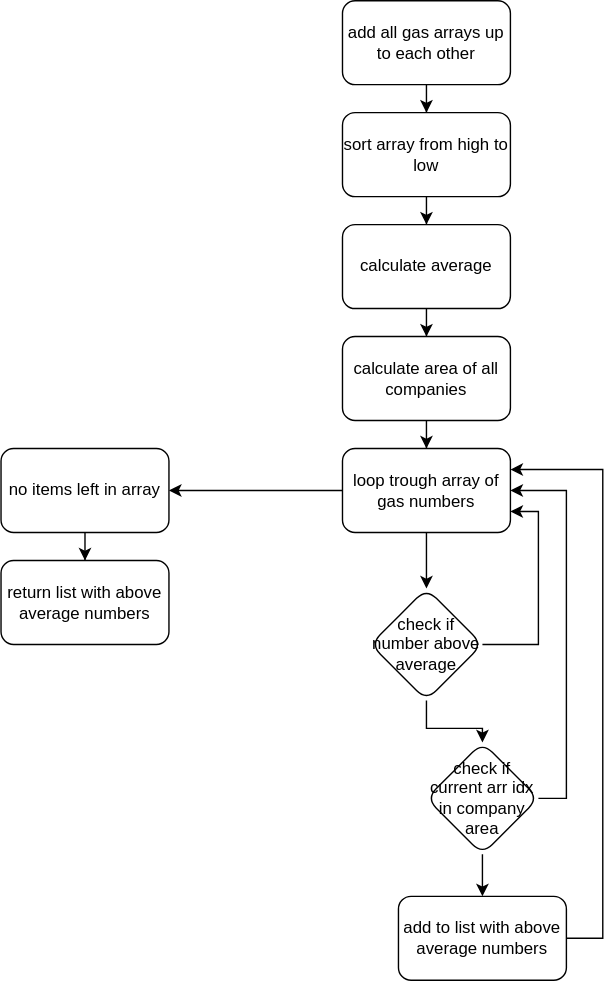
This is flow charts/find-high-gas-concentration.svg from school-X-rays5/novi-python-eindopdracht, a draw.io export, as it was before one commit. Source tidied: cells renumbered, new cells last; positions are measured from the earlier drawing's top-left corner, leaving out a move shared by most shapes.
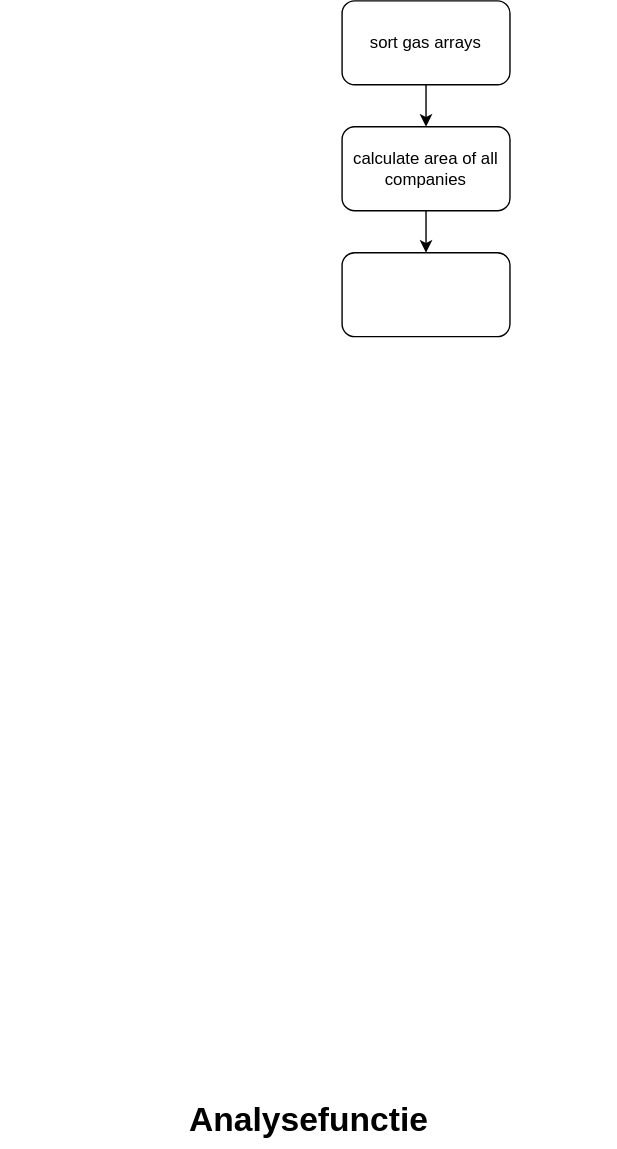
The same file after the commit.

Commit message:
update flow charts

The edit, as a diff of the source:
```diff
@@ -2,81 +2,23 @@
   <root>
     <mxCell id="0" />
     <mxCell id="1" parent="0" />
-    <mxCell id="2" style="edgeStyle=orthogonalEdgeStyle;rounded=0;jettySize=auto;html=1;" parent="1" edge="1" source="3" target="5">
-      <mxGeometry relative="1" as="geometry" />
-    </mxCell>
-    <mxCell id="3" value="add all gas arrays up to each other" style="rounded=1;whiteSpace=wrap;html=1;" parent="1" vertex="1">
-      <mxGeometry x="244" width="120" height="60" as="geometry" />
-    </mxCell>
-    <mxCell id="4" style="edgeStyle=orthogonalEdgeStyle;rounded=0;jettySize=auto;html=1;" parent="1" edge="1" source="5" target="15">
-      <mxGeometry relative="1" as="geometry" />
-    </mxCell>
-    <mxCell id="5" value="sort array from high to low" style="rounded=1;whiteSpace=wrap;html=1;" parent="1" vertex="1">
-      <mxGeometry x="244" y="80" width="120" height="60" as="geometry" />
-    </mxCell>
-    <mxCell id="6" style="edgeStyle=orthogonalEdgeStyle;rounded=0;jettySize=auto;html=1;" parent="1" edge="1" source="7" target="10">
-      <mxGeometry relative="1" as="geometry" />
-    </mxCell>
+    <mxCell id="24" value="Analysefunctie" style="text;strokeColor=none;fillColor=none;html=1;fontSize=24;fontStyle=1;verticalAlign=middle;align=center;" parent="1" vertex="1">
+      <mxGeometry y="930" width="440" height="40" as="geometry" />
+    </mxCell>
+    <mxCell id="25" style="edgeStyle=orthogonalEdgeStyle;rounded=0;jettySize=auto;html=1;" parent="1" edge="1" source="26" target="7">
+      <mxGeometry relative="1" as="geometry" />
+    </mxCell>
+    <mxCell id="26" value="sort gas arrays" style="rounded=1;whiteSpace=wrap;html=1;" parent="1" vertex="1">
+      <mxGeometry x="244" y="150" width="120" height="60" as="geometry" />
+    </mxCell>
+    <mxCell id="27" style="edgeStyle=orthogonalEdgeStyle;rounded=0;jettySize=auto;html=1;" parent="1" edge="1" source="7" target="28">
+      <mxGeometry relative="1" as="geometry" />
+    </mxCell>
     <mxCell id="7" value="calculate area of all companies" style="whiteSpace=wrap;html=1;rounded=1;" parent="1" vertex="1">
       <mxGeometry x="244" y="240" width="120" height="60" as="geometry" />
     </mxCell>
-    <mxCell id="8" style="edgeStyle=orthogonalEdgeStyle;rounded=0;jettySize=auto;html=1;" parent="1" edge="1" source="10" target="18">
-      <mxGeometry relative="1" as="geometry" />
-    </mxCell>
-    <mxCell id="9" style="edgeStyle=orthogonalEdgeStyle;rounded=0;jettySize=auto;html=1;" parent="1" edge="1" source="10" target="23">
-      <mxGeometry relative="1" as="geometry" />
-    </mxCell>
-    <mxCell id="10" value="loop trough array of gas numbers" style="whiteSpace=wrap;html=1;rounded=1;" parent="1" vertex="1">
-      <mxGeometry x="244" y="320" width="120" height="60" as="geometry" />
-    </mxCell>
-    <mxCell id="11" style="edgeStyle=orthogonalEdgeStyle;rounded=0;jettySize=auto;html=1;exitX=1;exitY=0.5;exitDx=0;exitDy=0;entryX=1;entryY=0.5;entryDx=0;entryDy=0;" parent="1" edge="1" source="13" target="10">
-      <mxGeometry relative="1" as="geometry" />
-    </mxCell>
-    <mxCell id="12" style="edgeStyle=orthogonalEdgeStyle;rounded=0;jettySize=auto;html=1;" parent="1" edge="1" source="13" target="20">
-      <mxGeometry relative="1" as="geometry" />
-    </mxCell>
-    <mxCell id="13" value="check if current arr idx in company area" style="rhombus;whiteSpace=wrap;html=1;rounded=1;" parent="1" vertex="1">
-      <mxGeometry x="304" y="530" width="80" height="80" as="geometry" />
-    </mxCell>
-    <mxCell id="14" style="edgeStyle=orthogonalEdgeStyle;rounded=0;jettySize=auto;html=1;entryX=0.5;entryY=0;entryDx=0;entryDy=0;" parent="1" edge="1" source="15" target="7">
-      <mxGeometry relative="1" as="geometry" />
-    </mxCell>
-    <mxCell id="15" value="calculate average" style="whiteSpace=wrap;html=1;rounded=1;" parent="1" vertex="1">
-      <mxGeometry x="244" y="160" width="120" height="60" as="geometry" />
-    </mxCell>
-    <mxCell id="16" style="edgeStyle=orthogonalEdgeStyle;rounded=0;jettySize=auto;html=1;entryX=1;entryY=0.75;entryDx=0;entryDy=0;" parent="1" edge="1" source="18" target="10">
-      <mxGeometry relative="1" as="geometry">
-        <Array as="points">
-          <mxPoint x="384" y="460" />
-          <mxPoint x="384" y="365" />
-        </Array>
-      </mxGeometry>
-    </mxCell>
-    <mxCell id="17" style="edgeStyle=orthogonalEdgeStyle;rounded=0;jettySize=auto;html=1;" parent="1" edge="1" source="18" target="13">
-      <mxGeometry relative="1" as="geometry" />
-    </mxCell>
-    <mxCell id="18" value="check if number above average" style="rhombus;whiteSpace=wrap;html=1;rounded=1;" parent="1" vertex="1">
-      <mxGeometry x="264" y="420" width="80" height="80" as="geometry" />
-    </mxCell>
-    <mxCell id="19" style="edgeStyle=orthogonalEdgeStyle;rounded=0;jettySize=auto;html=1;entryX=1;entryY=0.25;entryDx=0;entryDy=0;" parent="1" edge="1" source="20" target="10">
-      <mxGeometry relative="1" as="geometry">
-        <Array as="points">
-          <mxPoint x="430" y="670" />
-          <mxPoint x="430" y="335" />
-        </Array>
-      </mxGeometry>
-    </mxCell>
-    <mxCell id="20" value="add to list with above average numbers" style="whiteSpace=wrap;html=1;rounded=1;" parent="1" vertex="1">
-      <mxGeometry x="284" y="640" width="120" height="60" as="geometry" />
-    </mxCell>
-    <mxCell id="21" value="return list with above average numbers" style="whiteSpace=wrap;html=1;rounded=1;" parent="1" vertex="1">
-      <mxGeometry y="400" width="120" height="60" as="geometry" />
-    </mxCell>
-    <mxCell id="22" style="edgeStyle=orthogonalEdgeStyle;rounded=0;jettySize=auto;html=1;entryX=0.5;entryY=0;entryDx=0;entryDy=0;" parent="1" edge="1" source="23" target="21">
-      <mxGeometry relative="1" as="geometry" />
-    </mxCell>
-    <mxCell id="23" value="no items left in array" style="rounded=1;whiteSpace=wrap;html=1;" parent="1" vertex="1">
-      <mxGeometry y="320" width="120" height="60" as="geometry" />
-    </mxCell>
+    <mxCell id="28" style="whiteSpace=wrap;html=1;rounded=1;" parent="1" vertex="1">
+      <mxGeometry x="244" y="330" width="120" height="60" as="geometry" />
+    </mxCell>
   </root>
 </mxGraphModel>
```
